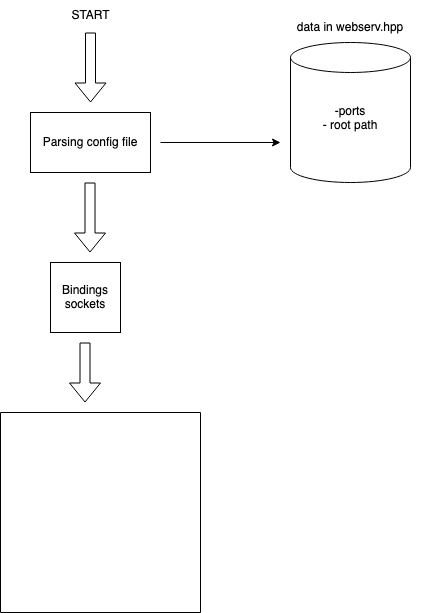
Above: Diagram Webserv.drawio.png in es4nchez/webserv (draw.io), before the change. Source tidied: cells renumbered, new cells last; positions are measured from the earlier drawing's top-left corner, leaving out a move shared by most shapes.
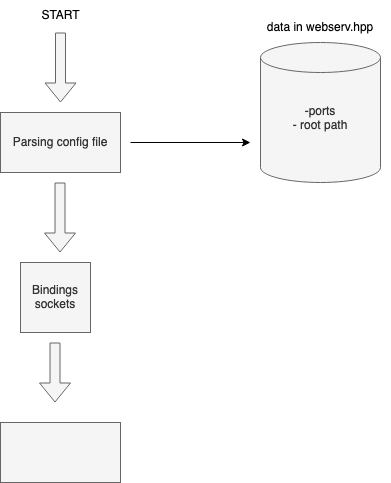
Above is the later version.

Commit message:
Mettre à jour Diagram Webserv.drawio.png

What changed in the source:
```diff
@@ -5,13 +5,13 @@
     <mxCell id="2" value="&lt;div&gt;START&lt;/div&gt;" style="text;html=1;align=center;verticalAlign=middle;strokeColor=none;fillColor=none;" parent="1" vertex="1">
       <mxGeometry x="60" width="60" height="30" as="geometry" />
     </mxCell>
-    <mxCell id="3" style="shape=flexArrow;endArrow=classic;html=1;rounded=0;" parent="1" edge="1">
+    <mxCell id="3" style="shape=flexArrow;endArrow=classic;html=1;rounded=0;fillColor=#f5f5f5;strokeColor=#666666;" parent="1" edge="1">
       <mxGeometry relative="1" as="geometry">
         <mxPoint x="90" y="32" as="sourcePoint" />
         <mxPoint x="90" y="102" as="targetPoint" />
       </mxGeometry>
     </mxCell>
-    <mxCell id="4" value="Parsing config file" style="rounded=0;whiteSpace=wrap;html=1;" parent="1" vertex="1">
+    <mxCell id="4" value="Parsing config file" style="rounded=0;whiteSpace=wrap;html=1;fillColor=#f5f5f5;fontColor=#333333;strokeColor=#666666;" parent="1" vertex="1">
       <mxGeometry x="30" y="112" width="120" height="60" as="geometry" />
     </mxCell>
     <mxCell id="5" style="endArrow=classic;html=1;rounded=0;" parent="1" edge="1">
@@ -20,29 +20,29 @@
         <mxPoint x="280" y="142" as="targetPoint" />
       </mxGeometry>
     </mxCell>
-    <mxCell id="6" value="&lt;div&gt;-ports&lt;/div&gt;&lt;div&gt;- root path&lt;/div&gt;&lt;div&gt;&lt;br&gt;&lt;/div&gt;" style="shape=cylinder3;whiteSpace=wrap;html=1;boundedLbl=1;backgroundOutline=1;size=15;" parent="1" vertex="1">
+    <mxCell id="6" value="&lt;div&gt;-ports&lt;/div&gt;&lt;div&gt;- root path&lt;/div&gt;&lt;div&gt;&lt;br&gt;&lt;/div&gt;" style="shape=cylinder3;whiteSpace=wrap;html=1;boundedLbl=1;backgroundOutline=1;size=15;fillColor=#f5f5f5;fontColor=#333333;strokeColor=#666666;" parent="1" vertex="1">
       <mxGeometry x="290" y="42" width="120" height="140" as="geometry" />
     </mxCell>
     <mxCell id="7" value="data in webserv.hpp" style="text;html=1;strokeColor=none;fillColor=none;align=center;verticalAlign=middle;whiteSpace=wrap;rounded=0;" parent="1" vertex="1">
       <mxGeometry x="280" y="12" width="140" height="30" as="geometry" />
     </mxCell>
-    <mxCell id="8" style="shape=flexArrow;endArrow=classic;html=1;rounded=0;" parent="1" edge="1">
+    <mxCell id="8" style="shape=flexArrow;endArrow=classic;html=1;rounded=0;fillColor=#f5f5f5;strokeColor=#666666;" parent="1" edge="1">
       <mxGeometry relative="1" as="geometry">
         <mxPoint x="89.5" y="182" as="sourcePoint" />
         <mxPoint x="89.5" y="252" as="targetPoint" />
       </mxGeometry>
     </mxCell>
-    <mxCell id="9" value="&lt;div&gt;Bindings sockets&lt;/div&gt;" style="whiteSpace=wrap;html=1;" parent="1" vertex="1">
+    <mxCell id="9" value="&lt;div&gt;Bindings sockets&lt;/div&gt;" style="whiteSpace=wrap;html=1;fillColor=#f5f5f5;fontColor=#333333;strokeColor=#666666;" parent="1" vertex="1">
       <mxGeometry x="50" y="262" width="70" height="70" as="geometry" />
     </mxCell>
-    <mxCell id="10" style="shape=flexArrow;endArrow=classic;html=1;rounded=0;" parent="1" edge="1">
+    <mxCell id="10" style="shape=flexArrow;endArrow=classic;html=1;rounded=0;fillColor=#f5f5f5;strokeColor=#666666;" parent="1" edge="1">
       <mxGeometry relative="1" as="geometry">
         <mxPoint x="84.5" y="342" as="sourcePoint" />
         <mxPoint x="84.5" y="402" as="targetPoint" />
       </mxGeometry>
     </mxCell>
-    <mxCell id="11" style="swimlane;startSize=0;" parent="1" vertex="1">
-      <mxGeometry y="412" width="200" height="200" as="geometry" />
-    </mxCell>
+    <mxCell id="12" style="whiteSpace=wrap;html=1;fillColor=#f5f5f5;fontColor=#333333;strokeColor=#666666;" parent="1" vertex="1">
+      <mxGeometry x="30" y="422" width="120" height="60" as="geometry" />
+    </mxCell>
   </root>
 </mxGraphModel>
```
